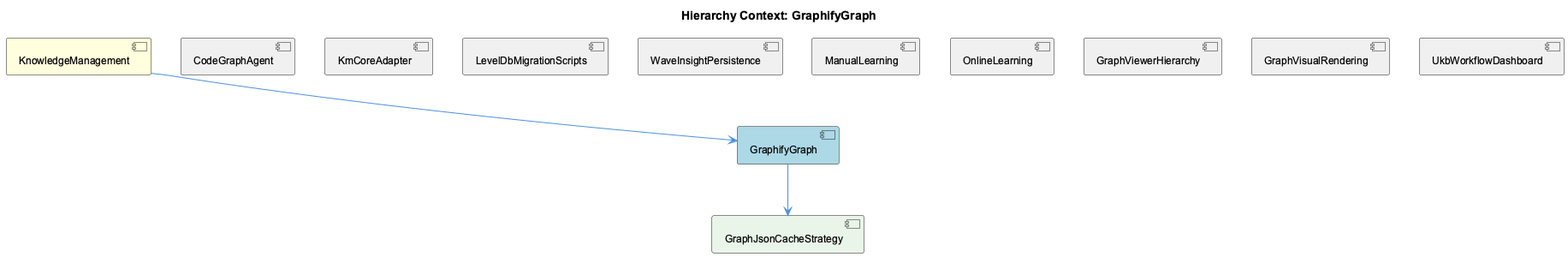
The PlantUML diagram knowledge-management/insights/images/graphify-graph-relationship.png in fwornle/coding, before a commit.
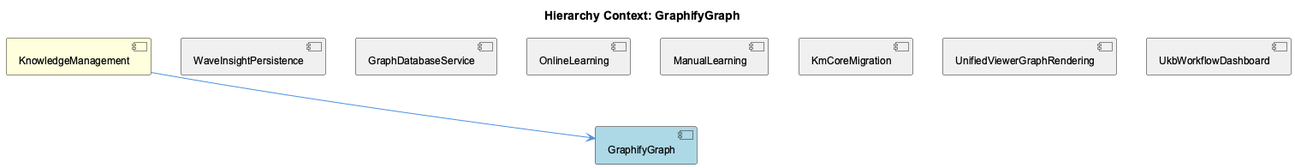
Above is the later version.

What changed in the source:
```diff
@@ -5,27 +5,21 @@
 
 [KnowledgeManagement] as knowledge_management #FFFFDD
 [GraphifyGraph] as graphify_graph #LightBlue
-[CodeGraphAgent] as code_graph_agent #F0F0F0
-[KmCoreAdapter] as km_core_adapter #F0F0F0
-[LevelDbMigrationScripts] as level_db_migration_scripts #F0F0F0
 [WaveInsightPersistence] as wave_insight_persistence #F0F0F0
+[GraphDatabaseService] as graph_database_service #F0F0F0
+[OnlineLearning] as online_learning #F0F0F0
 [ManualLearning] as manual_learning #F0F0F0
-[OnlineLearning] as online_learning #F0F0F0
-[GraphViewerHierarchy] as graph_viewer_hierarchy #F0F0F0
-[GraphVisualRendering] as graph_visual_rendering #F0F0F0
+[KmCoreMigration] as km_core_migration #F0F0F0
+[UnifiedViewerGraphRendering] as unified_viewer_graph_rendering #F0F0F0
 [UkbWorkflowDashboard] as ukb_workflow_dashboard #F0F0F0
-[GraphJsonCacheStrategy] as graph_json_cache_strategy #E8F5E8
 
 knowledge_management --> graphify_graph
-code_graph_agent -[hidden]- graphify_graph
-km_core_adapter -[hidden]- graphify_graph
-level_db_migration_scripts -[hidden]- graphify_graph
 wave_insight_persistence -[hidden]- graphify_graph
+graph_database_service -[hidden]- graphify_graph
+online_learning -[hidden]- graphify_graph
 manual_learning -[hidden]- graphify_graph
-online_learning -[hidden]- graphify_graph
-graph_viewer_hierarchy -[hidden]- graphify_graph
-graph_visual_rendering -[hidden]- graphify_graph
+km_core_migration -[hidden]- graphify_graph
+unified_viewer_graph_rendering -[hidden]- graphify_graph
 ukb_workflow_dashboard -[hidden]- graphify_graph
-graphify_graph --> graph_json_cache_strategy
 
 @enduml
```
